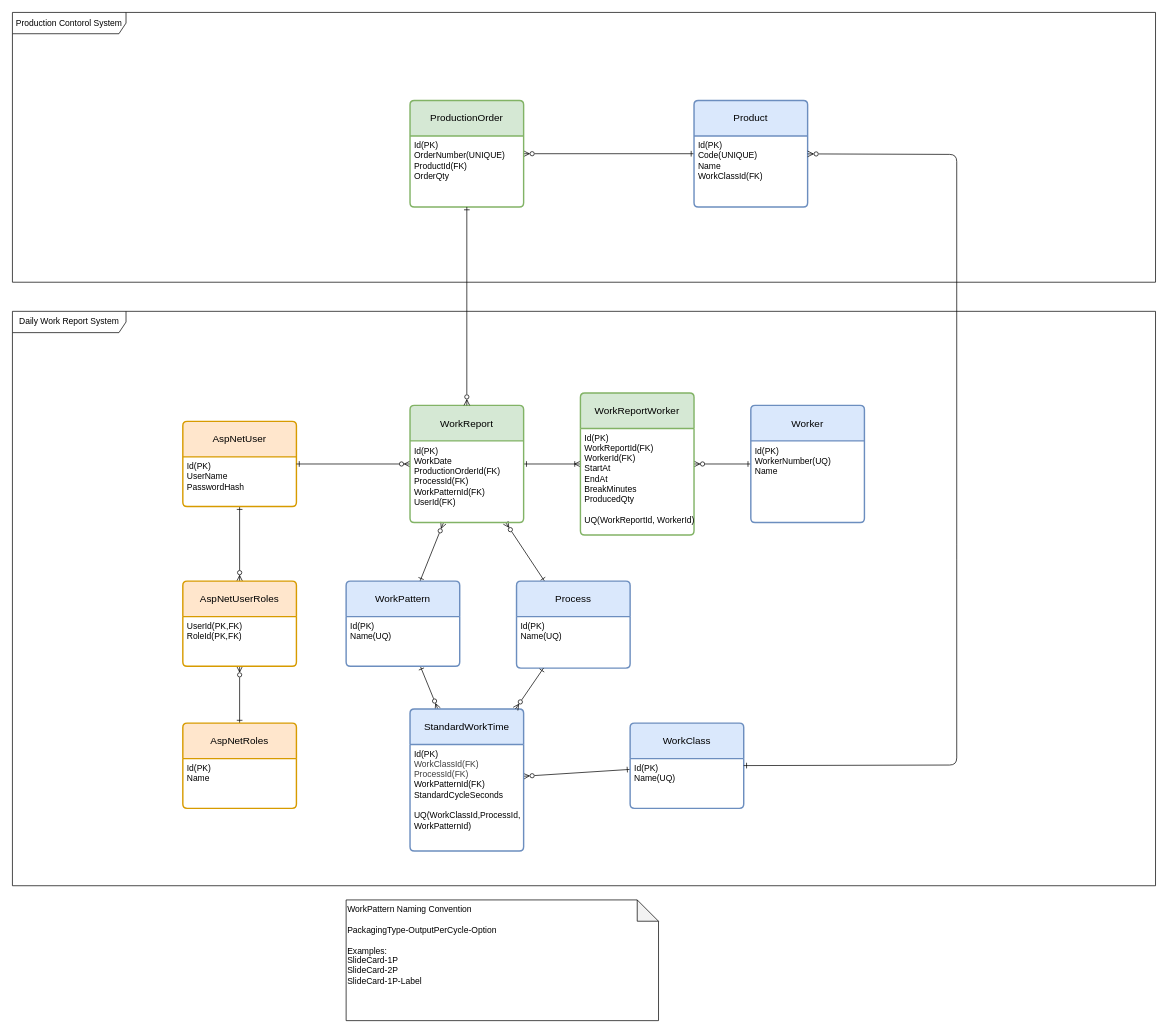
junyatanak/work-report-system keeps this draw.io diagram as docs/er.drawio. Above is the earlier version. Source tidied: cells renumbered, new cells numbered last; positions are measured from the earlier drawing's top-left corner, leaving out a move shared by most shapes. Both pictures are drawn from the tidied source at 71%, with x=0, y=0 at pixel (12, 12).
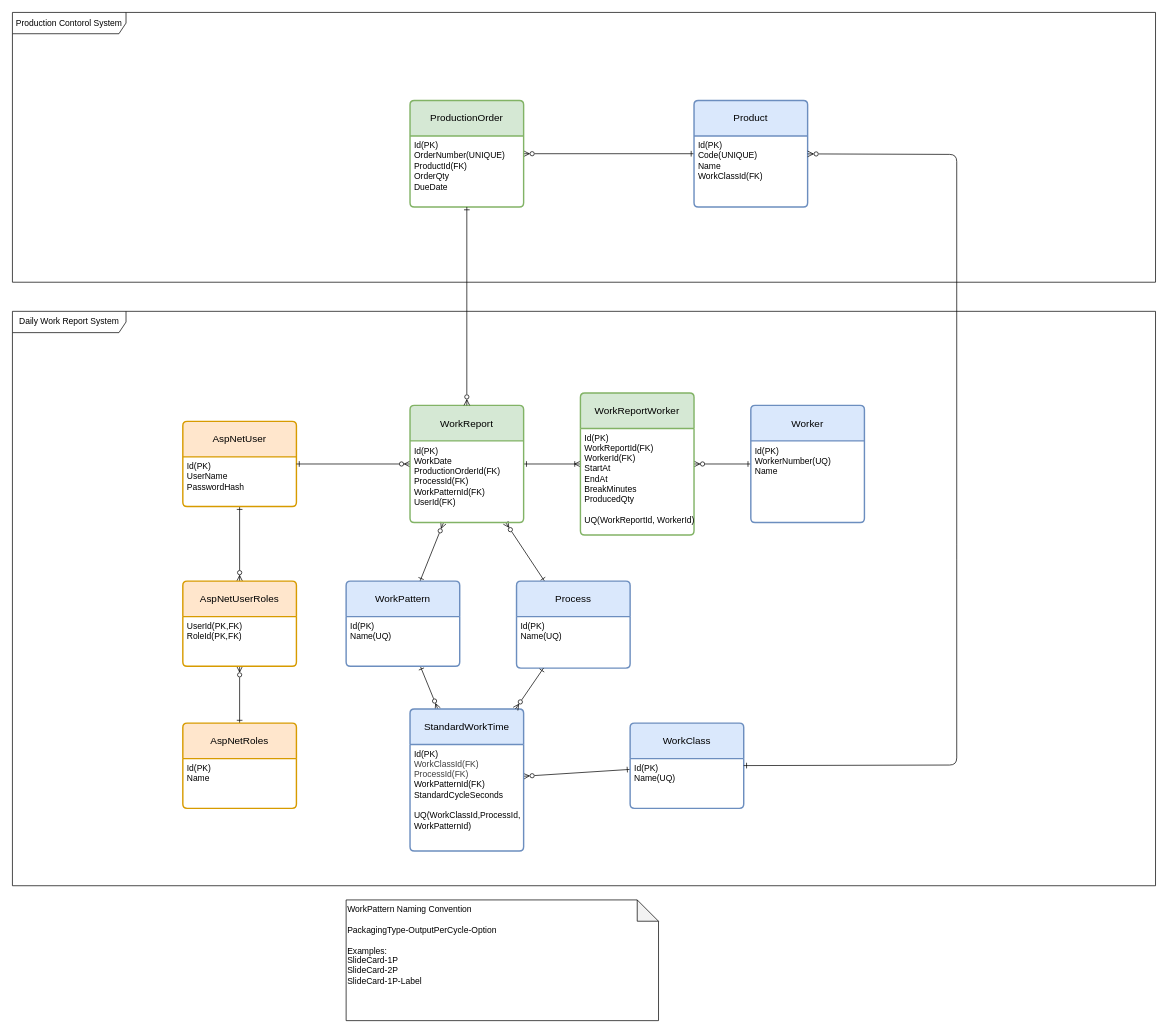
The same page after the edit.

Commit message (it also covers changes not shown here):
add DueDate property to productionorder entity

The change refers to these unchanged cells:
```xml
<mxCell id="35" value="ProductionOrder" style="swimlane;horizontal=1;startSize=50;rounded=1;fontSize=14;fontStyle=0;strokeWidth=2;shadow=0;dashed=0;align=center;arcSize=4;whiteSpace=wrap;html=1;fillColor=#d5e8d4;strokeColor=#82b366;" parent="33" vertex="1">
  <mxGeometry x="560" y="124" width="160" height="150" as="geometry" />
</mxCell>
```

Change to the diagram source:
```diff
@@
-    <mxCell id="36" value="Id(PK)&lt;div&gt;&lt;font color=&quot;#000000&quot;&gt;OrderNumber(UNIQUE)&lt;/font&gt;&lt;/div&gt;&lt;div&gt;&lt;font color=&quot;#000000&quot;&gt;ProductId(FK)&lt;/font&gt;&lt;/div&gt;&lt;div&gt;&lt;font color=&quot;#000000&quot;&gt;OrderQty&lt;/font&gt;&lt;/div&gt;" style="align=left;strokeColor=none;fillColor=none;spacingLeft=4;fontSize=12;verticalAlign=top;html=1;" parent="35" vertex="1">
+    <mxCell id="36" value="Id(PK)&lt;div&gt;&lt;font color=&quot;#000000&quot;&gt;OrderNumber(UNIQUE)&lt;/font&gt;&lt;/div&gt;&lt;div&gt;&lt;font color=&quot;#000000&quot;&gt;ProductId(FK)&lt;/font&gt;&lt;/div&gt;&lt;div&gt;&lt;font color=&quot;#000000&quot;&gt;OrderQty&lt;/font&gt;&lt;/div&gt;&lt;div&gt;&lt;font color=&quot;#000000&quot;&gt;DueDate&lt;/font&gt;&lt;/div&gt;" style="align=left;strokeColor=none;fillColor=none;spacingLeft=4;fontSize=12;verticalAlign=top;html=1;" parent="35" vertex="1">
       <mxGeometry y="50" width="160" height="100" as="geometry" />
     </mxCell>
```
